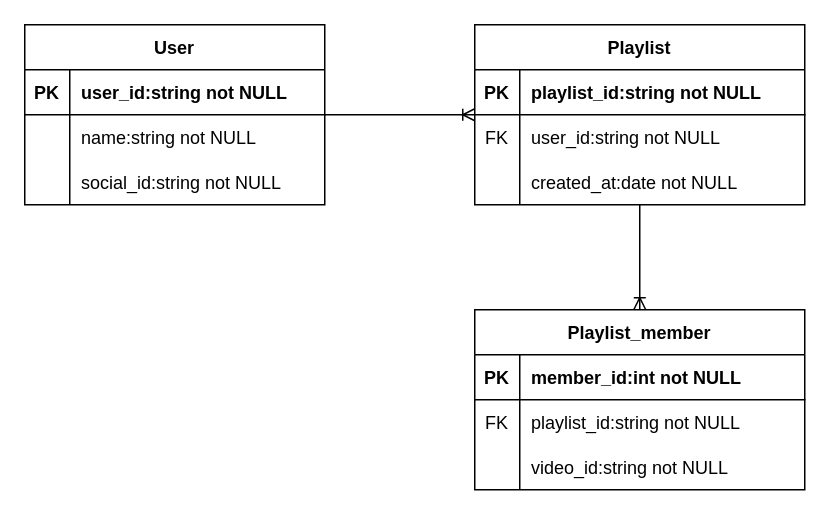
This is docs/er.drawio from toki0902/psApp_Nextjs, a draw.io file, before an edit. Source tidied: cells renumbered, new cells numbered last; positions are measured from the earlier drawing's top-left corner, leaving out a move shared by most shapes. Both pictures are drawn from the tidied source at 150%, with x=0, y=0 at pixel (24, 24).
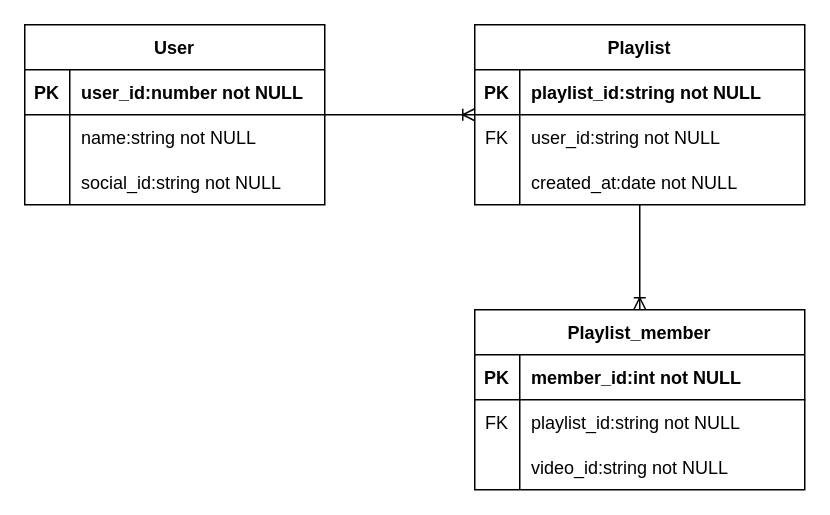
The same page after the edit.

The change refers to these unchanged cells:
```xml
<mxCell id="5" style="shape=tableRow;horizontal=0;startSize=0;swimlaneHead=0;swimlaneBody=0;fillColor=none;top=0;left=0;right=0;bottom=1;" parent="4" vertex="1">
  <mxGeometry y="30" width="200" height="30" as="geometry" />
</mxCell>
```

Change to the diagram source:
```diff
@@
-    <mxCell id="7" value="user_id:string not NULL" style="shape=partialRectangle;fillColor=none;top=0;left=0;bottom=0;right=0;align=left;spacingLeft=6;fontStyle=1;overflow=hidden;" parent="5" vertex="1">
+    <mxCell id="7" value="user_id:number not NULL" style="shape=partialRectangle;fillColor=none;top=0;left=0;bottom=0;right=0;align=left;spacingLeft=6;fontStyle=1;overflow=hidden;" parent="5" vertex="1">
       <mxGeometry x="30" width="170" height="30" as="geometry" />
     </mxCell>
```
